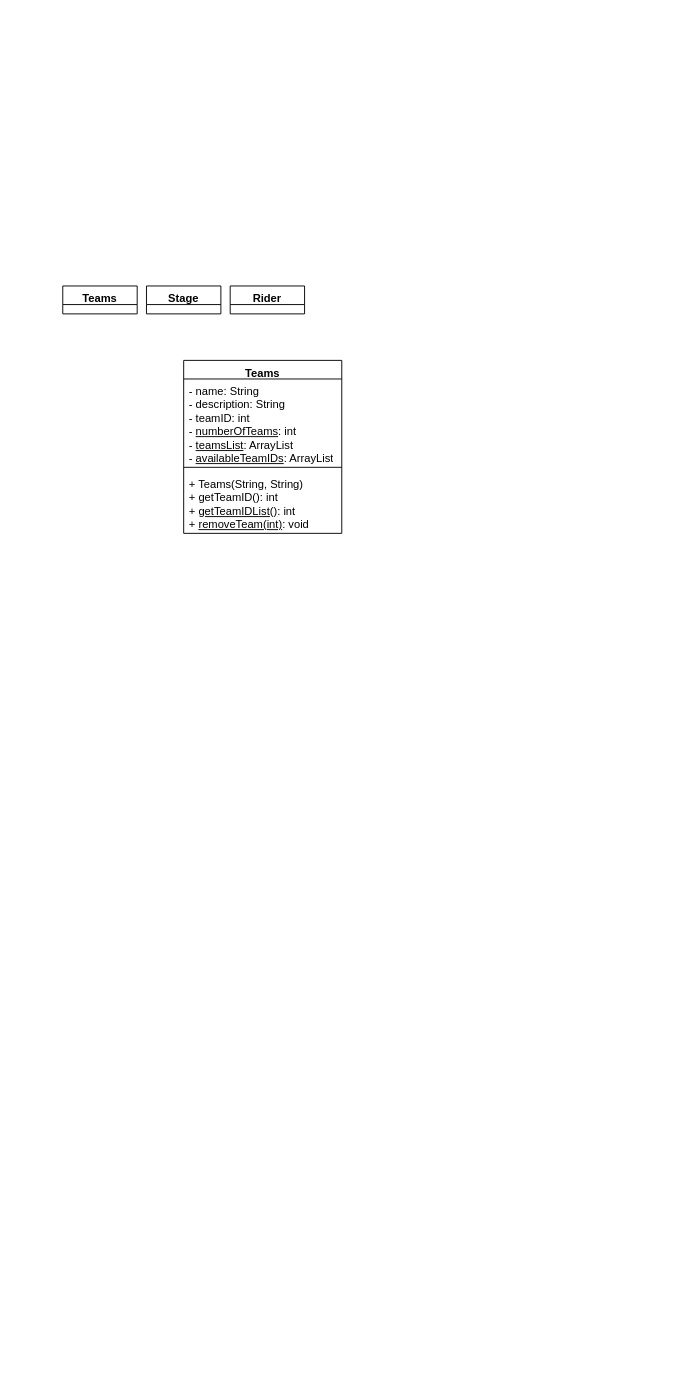
Above: Class Diagram.drawio in Nelbut/ECM1400-Continuous-Assessment (draw.io), before the change. Source tidied: cells renumbered, new cells numbered last; positions are measured from the earlier drawing's top-left corner, leaving out a move shared by most shapes. Both pictures are drawn from the tidied source at 93%, with x=0, y=0 at pixel (62, 286).
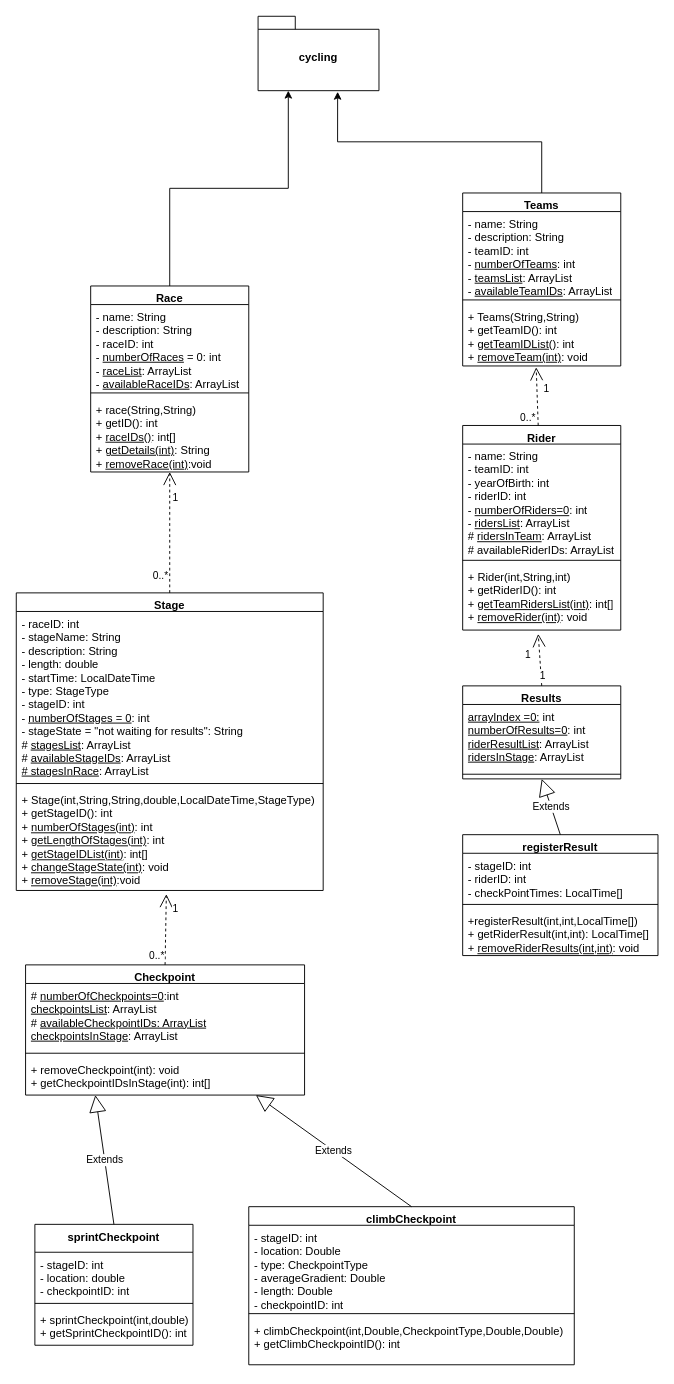
The same page after the edit.

Change to the diagram source:
```diff
@@
-    <mxCell id="2" value="Teams" style="swimlane;fontStyle=1;align=center;verticalAlign=top;horizontal=1;startSize=20;whiteSpace=wrap;html=1;" parent="1" vertex="1" collapsed="1">
-      <mxGeometry width="80" height="30" as="geometry" />
+    <mxCell id="2" value="Teams" style="swimlane;fontStyle=1;align=center;verticalAlign=top;horizontal=1;startSize=20;whiteSpace=wrap;html=1;" parent="1" vertex="1">
+      <mxGeometry x="430" y="-100" width="170" height="186" as="geometry" />
     </mxCell>
+    <mxCell id="9" value="- name: String&lt;div&gt;- description: String&lt;/div&gt;&lt;div&gt;- teamID: int&lt;/div&gt;&lt;div&gt;- &lt;u&gt;numberOfTeams&lt;/u&gt;: int&lt;/div&gt;&lt;div&gt;- &lt;u&gt;teamsList&lt;/u&gt;: ArrayList&lt;/div&gt;&lt;div&gt;- &lt;u&gt;availableTeamIDs&lt;/u&gt;: ArrayList&lt;/div&gt;" style="text;strokeColor=none;fillColor=none;align=left;verticalAlign=top;spacingLeft=4;spacingRight=4;overflow=hidden;whiteSpace=wrap;html=1;" parent="2" vertex="1">
+      <mxGeometry y="20" width="170" height="90" as="geometry" />
+    </mxCell>
+    <mxCell id="10" style="line;strokeWidth=1;fillColor=none;align=left;verticalAlign=middle;spacingTop=-1;spacingLeft=3;spacingRight=3;labelPosition=right;strokeColor=inherit;" parent="2" vertex="1">
+      <mxGeometry y="110" width="170" height="10" as="geometry" />
+    </mxCell>
+    <mxCell id="11" value="+ Teams(String,String)&lt;div&gt;+ getTeamID(): int&lt;/div&gt;&lt;div&gt;+ &lt;u&gt;getTeamIDList()&lt;/u&gt;: int&lt;/div&gt;&lt;div&gt;+ &lt;u&gt;removeTeam(int)&lt;/u&gt;: void&lt;/div&gt;" style="text;strokeColor=none;fillColor=none;align=left;verticalAlign=top;spacingLeft=4;spacingRight=4;overflow=hidden;points=[[0,0.5],[1,0.5]];portConstraint=eastwest;whiteSpace=wrap;html=1;" parent="2" vertex="1">
+      <mxGeometry y="120" width="170" height="66" as="geometry" />
+    </mxCell>
-    <mxCell id="3" value="Stage" style="swimlane;fontStyle=1;align=center;verticalAlign=top;horizontal=1;startSize=20;whiteSpace=wrap;html=1;" parent="1" vertex="1" collapsed="1">
-      <mxGeometry x="90" width="80" height="30" as="geometry" />
+    <mxCell id="3" value="Stage" style="swimlane;fontStyle=1;align=center;verticalAlign=top;horizontal=1;startSize=20;whiteSpace=wrap;html=1;" parent="1" vertex="1">
+      <mxGeometry x="-50" y="330" width="330" height="320" as="geometry" />
     </mxCell>
+    <mxCell id="12" value="- raceID: int&lt;div&gt;- stageName: String&lt;/div&gt;&lt;div&gt;- description: String&lt;/div&gt;&lt;div&gt;- length: double&lt;/div&gt;&lt;div&gt;- startTime: LocalDateTime&lt;/div&gt;&lt;div&gt;- type: StageType&lt;/div&gt;&lt;div&gt;- stageID: int&lt;/div&gt;&lt;div&gt;-&amp;nbsp;&lt;u&gt;numberOfStages = 0&lt;/u&gt;: int&lt;/div&gt;&lt;div&gt;- stageState = &quot;not waiting for results&quot;: String&lt;/div&gt;&lt;div&gt;# &lt;u&gt;stagesList&lt;/u&gt;: ArrayList&lt;/div&gt;&lt;div&gt;# &lt;u&gt;availableStageIDs&lt;/u&gt;: ArrayList&lt;/div&gt;&lt;div&gt;&lt;u&gt;# stagesInRace&lt;/u&gt;: ArrayList&lt;/div&gt;" style="text;strokeColor=none;fillColor=none;align=left;verticalAlign=top;spacingLeft=4;spacingRight=4;overflow=hidden;whiteSpace=wrap;html=1;" parent="3" vertex="1">
+      <mxGeometry y="20" width="330" height="180" as="geometry" />
+    </mxCell>
+    <mxCell id="13" style="line;strokeWidth=1;fillColor=none;align=left;verticalAlign=middle;spacingTop=-1;spacingLeft=3;spacingRight=3;labelPosition=right;strokeColor=inherit;" parent="3" vertex="1">
+      <mxGeometry y="200" width="330" height="10" as="geometry" />
+    </mxCell>
+    <mxCell id="14" value="+ Stage(int,String,String,double,LocalDateTime,StageType)&lt;div&gt;+ getStageID(): int&lt;/div&gt;&lt;div&gt;+ &lt;u&gt;numberOfStages(int)&lt;/u&gt;: int&lt;/div&gt;&lt;div&gt;+ &lt;u&gt;getLengthOfStages(int)&lt;/u&gt;: int&lt;/div&gt;&lt;div&gt;+ &lt;u&gt;getStageIDList(int)&lt;/u&gt;: int[]&lt;/div&gt;&lt;div&gt;+ &lt;u&gt;changeStageState(int)&lt;/u&gt;: void&lt;/div&gt;&lt;div&gt;+ &lt;u&gt;removeStage(int)&lt;/u&gt;:void&lt;/div&gt;" style="text;strokeColor=none;fillColor=none;align=left;verticalAlign=top;spacingLeft=4;spacingRight=4;overflow=hidden;points=[[0,0.5],[1,0.5]];portConstraint=eastwest;whiteSpace=wrap;html=1;" parent="3" vertex="1">
+      <mxGeometry y="210" width="330" height="110" as="geometry" />
+    </mxCell>
-    <mxCell id="4" value="Rider" style="swimlane;fontStyle=1;align=center;verticalAlign=top;horizontal=1;startSize=20;whiteSpace=wrap;html=1;" parent="1" vertex="1" collapsed="1">
-      <mxGeometry x="180" width="80" height="30" as="geometry" />
+    <mxCell id="4" value="Rider" style="swimlane;fontStyle=1;align=center;verticalAlign=top;horizontal=1;startSize=20;whiteSpace=wrap;html=1;" parent="1" vertex="1">
+      <mxGeometry x="430" y="150" width="170" height="220" as="geometry" />
     </mxCell>
+    <mxCell id="15" value="- name: String&lt;div&gt;- teamID: int&lt;/div&gt;&lt;div&gt;- yearOfBirth: int&lt;/div&gt;&lt;div&gt;- riderID: int&lt;/div&gt;&lt;div&gt;- &lt;u&gt;numberOfRiders=0&lt;/u&gt;: int&lt;/div&gt;&lt;div&gt;- &lt;u&gt;ridersList&lt;/u&gt;: ArrayList&lt;/div&gt;&lt;div&gt;# &lt;u&gt;ridersInTeam&lt;/u&gt;: ArrayList&lt;/div&gt;&lt;div&gt;# availableRiderIDs: ArrayList&lt;/div&gt;" style="text;strokeColor=none;fillColor=none;align=left;verticalAlign=top;spacingLeft=4;spacingRight=4;overflow=hidden;whiteSpace=wrap;html=1;" parent="4" vertex="1">
+      <mxGeometry y="20" width="170" height="120" as="geometry" />
+    </mxCell>
+    <mxCell id="16" style="line;strokeWidth=1;fillColor=none;align=left;verticalAlign=middle;spacingTop=-1;spacingLeft=3;spacingRight=3;labelPosition=right;strokeColor=inherit;" parent="4" vertex="1">
+      <mxGeometry y="140" width="170" height="10" as="geometry" />
+    </mxCell>
+    <mxCell id="17" value="+ Rider(int,String,int)&lt;div&gt;+ getRiderID(): int&lt;/div&gt;&lt;div&gt;+ &lt;u&gt;getTeamRidersList(int)&lt;/u&gt;: int[]&lt;/div&gt;&lt;div&gt;+ &lt;u&gt;removeRider(int)&lt;/u&gt;: void&lt;/div&gt;" style="text;strokeColor=none;fillColor=none;align=left;verticalAlign=top;spacingLeft=4;spacingRight=4;overflow=hidden;points=[[0,0.5],[1,0.5]];portConstraint=eastwest;whiteSpace=wrap;html=1;" parent="4" vertex="1">
+      <mxGeometry y="150" width="170" height="70" as="geometry" />
+    </mxCell>
-    <mxCell id="5" value="Teams" style="swimlane;fontStyle=1;align=center;verticalAlign=top;horizontal=1;startSize=20;whiteSpace=wrap;html=1;" parent="1" vertex="1">
-      <mxGeometry x="130" y="80" width="170" height="186" as="geometry" />
+    <mxCell id="5" value="Results" style="swimlane;fontStyle=1;align=center;verticalAlign=top;horizontal=1;startSize=20;whiteSpace=wrap;html=1;" parent="1" vertex="1">
+      <mxGeometry x="430" y="430" width="170" height="100" as="geometry" />
     </mxCell>
-    <mxCell id="6" value="- name: String&lt;div&gt;- description: String&lt;/div&gt;&lt;div&gt;- teamID: int&lt;/div&gt;&lt;div&gt;- &lt;u&gt;numberOfTeams&lt;/u&gt;: int&lt;/div&gt;&lt;div&gt;- &lt;u&gt;teamsList&lt;/u&gt;: ArrayList&lt;/div&gt;&lt;div&gt;- &lt;u&gt;availableTeamIDs&lt;/u&gt;: ArrayList&lt;/div&gt;" style="text;strokeColor=none;fillColor=none;align=left;verticalAlign=top;spacingLeft=4;spacingRight=4;overflow=hidden;whiteSpace=wrap;html=1;" parent="5" vertex="1">
-      <mxGeometry y="20" width="170" height="90" as="geometry" />
+    <mxCell id="6" value="&lt;u&gt;arrayIndex =0:&lt;/u&gt;&amp;nbsp;int&lt;div&gt;&lt;u&gt;numberOfResults=0&lt;/u&gt;: int&lt;/div&gt;&lt;div&gt;&lt;u&gt;riderResultList&lt;/u&gt;: ArrayList&lt;/div&gt;&lt;div&gt;&lt;u&gt;ridersInStage&lt;/u&gt;: ArrayList&lt;/div&gt;" style="text;strokeColor=none;fillColor=none;align=left;verticalAlign=top;spacingLeft=4;spacingRight=4;overflow=hidden;whiteSpace=wrap;html=1;" parent="5" vertex="1">
+      <mxGeometry y="20" width="170" height="70" as="geometry" />
     </mxCell>
     <mxCell id="7" style="line;strokeWidth=1;fillColor=none;align=left;verticalAlign=middle;spacingTop=-1;spacingLeft=3;spacingRight=3;labelPosition=right;strokeColor=inherit;" parent="5" vertex="1">
-      <mxGeometry y="110" width="170" height="10" as="geometry" />
+      <mxGeometry y="90" width="170" height="10" as="geometry" />
     </mxCell>
-    <mxCell id="8" value="+ Teams(String, String)&lt;div&gt;+ getTeamID(): int&lt;/div&gt;&lt;div&gt;+ &lt;u&gt;getTeamIDList()&lt;/u&gt;: int&lt;/div&gt;&lt;div&gt;+ &lt;u&gt;removeTeam(int)&lt;/u&gt;: void&lt;/div&gt;" style="text;strokeColor=none;fillColor=none;align=left;verticalAlign=top;spacingLeft=4;spacingRight=4;overflow=hidden;whiteSpace=wrap;html=1;" parent="5" vertex="1">
-      <mxGeometry y="120" width="170" height="66" as="geometry" />
-    </mxCell>
+    <mxCell id="18" value="registerResult" style="swimlane;fontStyle=1;align=center;verticalAlign=top;horizontal=1;startSize=20;whiteSpace=wrap;html=1;" parent="1" vertex="1">
+      <mxGeometry x="430" y="590" width="210" height="130" as="geometry" />
+    </mxCell>
+    <mxCell id="19" value="- stageID: int&lt;div&gt;- riderID: int&lt;/div&gt;&lt;div&gt;- checkPointTimes: LocalTime[]&lt;/div&gt;" style="text;strokeColor=none;fillColor=none;align=left;verticalAlign=top;spacingLeft=4;spacingRight=4;overflow=hidden;whiteSpace=wrap;html=1;" parent="18" vertex="1">
+      <mxGeometry y="20" width="210" height="50" as="geometry" />
+    </mxCell>
+    <mxCell id="20" style="line;strokeWidth=1;fillColor=none;align=left;verticalAlign=middle;spacingTop=-1;spacingLeft=3;spacingRight=3;labelPosition=right;strokeColor=inherit;" parent="18" vertex="1">
+      <mxGeometry y="70" width="210" height="10" as="geometry" />
+    </mxCell>
+    <mxCell id="21" value="+registerResult(int,int,LocalTime[])&lt;div&gt;+ getRiderResult(int,int): LocalTime[]&lt;/div&gt;&lt;div&gt;+ &lt;u&gt;removeRiderResults(int,int)&lt;/u&gt;: void&lt;/div&gt;" style="text;strokeColor=none;fillColor=none;align=left;verticalAlign=top;spacingLeft=4;spacingRight=4;overflow=hidden;whiteSpace=wrap;html=1;" parent="18" vertex="1">
+      <mxGeometry y="80" width="210" height="50" as="geometry" />
+    </mxCell>
+    <mxCell id="22" value="Race" style="swimlane;fontStyle=1;align=center;verticalAlign=top;horizontal=1;startSize=20;whiteSpace=wrap;html=1;" parent="1" vertex="1">
+      <mxGeometry x="30" width="170" height="200" as="geometry" />
+    </mxCell>
+    <mxCell id="23" value="- name: String&lt;div&gt;- description: String&lt;/div&gt;&lt;div&gt;- raceID: int&lt;/div&gt;&lt;div&gt;- &lt;u&gt;numberOfRaces&lt;/u&gt; = 0: int&lt;/div&gt;&lt;div&gt;- &lt;u&gt;raceList&lt;/u&gt;: ArrayList&lt;/div&gt;&lt;div&gt;- &lt;u&gt;availableRaceIDs&lt;/u&gt;: ArrayList&lt;/div&gt;&lt;div&gt;&lt;br&gt;&lt;/div&gt;" style="text;strokeColor=none;fillColor=none;align=left;verticalAlign=top;spacingLeft=4;spacingRight=4;overflow=hidden;whiteSpace=wrap;html=1;" parent="22" vertex="1">
+      <mxGeometry y="20" width="170" height="90" as="geometry" />
+    </mxCell>
+    <mxCell id="24" style="line;strokeWidth=1;fillColor=none;align=left;verticalAlign=middle;spacingTop=-1;spacingLeft=3;spacingRight=3;labelPosition=right;strokeColor=inherit;" parent="22" vertex="1">
+      <mxGeometry y="110" width="170" height="10" as="geometry" />
+    </mxCell>
+    <mxCell id="25" value="+ race(String,String)&lt;div&gt;+ getID(): int&lt;/div&gt;&lt;div&gt;+ &lt;u&gt;raceIDs()&lt;/u&gt;: int[]&lt;/div&gt;&lt;div&gt;+ &lt;u&gt;getDetails(int)&lt;/u&gt;: String&lt;/div&gt;&lt;div&gt;+ &lt;u&gt;removeRace(int)&lt;/u&gt;:void&lt;/div&gt;" style="text;strokeColor=none;fillColor=none;align=left;verticalAlign=top;spacingLeft=4;spacingRight=4;overflow=hidden;points=[[0,0.5],[1,0.5]];portConstraint=eastwest;whiteSpace=wrap;html=1;" parent="22" vertex="1">
+      <mxGeometry y="120" width="170" height="80" as="geometry" />
+    </mxCell>
+    <mxCell id="26" value="Checkpoint" style="swimlane;fontStyle=1;align=center;verticalAlign=top;horizontal=1;startSize=20;whiteSpace=wrap;html=1;" parent="1" vertex="1">
+      <mxGeometry x="-40" y="730" width="300" height="140" as="geometry" />
+    </mxCell>
+    <mxCell id="27" value="# &lt;u&gt;numberOfCheckpoints=0&lt;/u&gt;:int&lt;div&gt;&lt;u&gt;checkpointsList&lt;/u&gt;: ArrayList&lt;/div&gt;&lt;div&gt;# &lt;u&gt;availableCheckpointIDs: ArrayList&lt;/u&gt;&lt;/div&gt;&lt;div&gt;&lt;u&gt;checkpointsInStage&lt;/u&gt;: ArrayList&lt;/div&gt;" style="text;strokeColor=none;fillColor=none;align=left;verticalAlign=top;spacingLeft=4;spacingRight=4;overflow=hidden;whiteSpace=wrap;html=1;" parent="26" vertex="1">
+      <mxGeometry y="20" width="300" height="70" as="geometry" />
+    </mxCell>
+    <mxCell id="28" style="line;strokeWidth=1;fillColor=none;align=left;verticalAlign=middle;spacingTop=-1;spacingLeft=3;spacingRight=3;labelPosition=right;strokeColor=inherit;" parent="26" vertex="1">
+      <mxGeometry y="90" width="300" height="10" as="geometry" />
+    </mxCell>
+    <mxCell id="29" value="+ removeCheckpoint(int): void&lt;div&gt;&lt;div&gt;+ getCheckpointIDsInStage(int): int[]&lt;/div&gt;&lt;/div&gt;" style="text;strokeColor=none;fillColor=none;align=left;verticalAlign=top;spacingLeft=4;spacingRight=4;overflow=hidden;whiteSpace=wrap;html=1;" parent="26" vertex="1">
+      <mxGeometry y="100" width="300" height="40" as="geometry" />
+    </mxCell>
+    <mxCell id="30" value="climbCheckpoint" style="swimlane;fontStyle=1;align=center;verticalAlign=top;horizontal=1;startSize=20;whiteSpace=wrap;html=1;" parent="1" vertex="1">
+      <mxGeometry x="200" y="990" width="350" height="170" as="geometry" />
+    </mxCell>
+    <mxCell id="31" value="- stageID: int&lt;div&gt;- location: Double&lt;/div&gt;&lt;div&gt;- type: CheckpointType&lt;/div&gt;&lt;div&gt;- averageGradient: Double&lt;/div&gt;&lt;div&gt;- length: Double&lt;/div&gt;&lt;div&gt;- checkpointID: int&lt;/div&gt;&lt;div&gt;&lt;br&gt;&lt;/div&gt;" style="text;strokeColor=none;fillColor=none;align=left;verticalAlign=top;spacingLeft=4;spacingRight=4;overflow=hidden;whiteSpace=wrap;html=1;" parent="30" vertex="1">
+      <mxGeometry y="20" width="350" height="90" as="geometry" />
+    </mxCell>
+    <mxCell id="32" style="line;strokeWidth=1;fillColor=none;align=left;verticalAlign=middle;spacingTop=-1;spacingLeft=3;spacingRight=3;labelPosition=right;strokeColor=inherit;" parent="30" vertex="1">
+      <mxGeometry y="110" width="350" height="10" as="geometry" />
+    </mxCell>
+    <mxCell id="33" value="+ climbCheckpoint(int,Double,CheckpointType,Double,Double)&lt;div&gt;+ getClimbCheckpointID(): int&lt;/div&gt;" style="text;strokeColor=none;fillColor=none;align=left;verticalAlign=top;spacingLeft=4;spacingRight=4;overflow=hidden;whiteSpace=wrap;html=1;" parent="30" vertex="1">
+      <mxGeometry y="120" width="350" height="50" as="geometry" />
+    </mxCell>
+    <mxCell id="34" value="sprintCheckpoint" style="swimlane;fontStyle=1;align=center;verticalAlign=top;horizontal=1;startSize=30;whiteSpace=wrap;html=1;" parent="1" vertex="1">
+      <mxGeometry x="-30" y="1009" width="170" height="130" as="geometry" />
+    </mxCell>
+    <mxCell id="35" value="- stageID: int&lt;div&gt;- location: double&lt;/div&gt;&lt;div&gt;- checkpointID: int&lt;/div&gt;&lt;div&gt;&lt;br&gt;&lt;/div&gt;" style="text;strokeColor=none;fillColor=none;align=left;verticalAlign=top;spacingLeft=4;spacingRight=4;overflow=hidden;whiteSpace=wrap;html=1;" parent="34" vertex="1">
+      <mxGeometry y="30" width="170" height="50" as="geometry" />
+    </mxCell>
+    <mxCell id="36" style="line;strokeWidth=1;fillColor=none;align=left;verticalAlign=middle;spacingTop=-1;spacingLeft=3;spacingRight=3;labelPosition=right;strokeColor=inherit;" parent="34" vertex="1">
+      <mxGeometry y="80" width="170" height="10" as="geometry" />
+    </mxCell>
+    <mxCell id="37" value="+ sprintCheckpoint(int,double)&lt;div&gt;+ getSprintCheckpointID(): int&lt;/div&gt;" style="text;strokeColor=none;fillColor=none;align=left;verticalAlign=top;spacingLeft=4;spacingRight=4;overflow=hidden;whiteSpace=wrap;html=1;" parent="34" vertex="1">
+      <mxGeometry y="90" width="170" height="40" as="geometry" />
+    </mxCell>
+    <mxCell id="38" value="Extends" style="endArrow=block;endSize=16;endFill=0;html=1;rounded=0;exitX=0.5;exitY=0;exitDx=0;exitDy=0;" parent="1" edge="1" source="30" target="26">
+      <mxGeometry relative="1" as="geometry" />
+    </mxCell>
+    <mxCell id="39" value="Extends" style="endArrow=block;endSize=16;endFill=0;html=1;rounded=0;exitX=0.5;exitY=0;exitDx=0;exitDy=0;entryX=0.25;entryY=1;entryDx=0;entryDy=0;" parent="1" edge="1" source="34" target="26">
+      <mxGeometry relative="1" as="geometry" />
+    </mxCell>
+    <mxCell id="40" value="Extends" style="endArrow=block;endSize=16;endFill=0;html=1;rounded=0;exitX=0.5;exitY=0;exitDx=0;exitDy=0;entryX=0.5;entryY=1;entryDx=0;entryDy=0;" parent="1" edge="1" source="18" target="5">
+      <mxGeometry relative="1" as="geometry" />
+    </mxCell>
+    <mxCell id="41" style="endArrow=open;endSize=12;dashed=1;html=1;rounded=0;exitX=0.5;exitY=0;exitDx=0;exitDy=0;" parent="1" edge="1" source="3" target="25">
+      <mxGeometry relative="1" as="geometry" />
+    </mxCell>
+    <mxCell id="42" value="1" style="edgeLabel;html=1;align=center;verticalAlign=middle;" parent="41" vertex="1">
+      <mxGeometry x="0.57" y="-5" relative="1" as="geometry">
+        <mxPoint y="-1" as="offset" />
+      </mxGeometry>
+    </mxCell>
+    <mxCell id="43" value="0..*" style="edgeLabel;html=1;align=center;verticalAlign=middle;" parent="41" vertex="1">
+      <mxGeometry x="-0.72" y="11" relative="1" as="geometry">
+        <mxPoint y="-1" as="offset" />
+      </mxGeometry>
+    </mxCell>
+    <mxCell id="44" style="endArrow=open;endSize=12;dashed=1;html=1;rounded=0;exitX=0.5;exitY=0;exitDx=0;exitDy=0;entryX=0.489;entryY=1.036;entryDx=0;entryDy=0;entryPerimeter=0;" parent="1" edge="1" source="26" target="14">
+      <mxGeometry relative="1" as="geometry" />
+    </mxCell>
+    <mxCell id="45" value="1" style="edgeLabel;html=1;align=center;verticalAlign=middle;" parent="44" vertex="1">
+      <mxGeometry x="0.6" y="-2" relative="1" as="geometry">
+        <mxPoint x="7" as="offset" />
+      </mxGeometry>
+    </mxCell>
+    <mxCell id="46" value="0..*" style="edgeLabel;html=1;align=center;verticalAlign=middle;" parent="44" vertex="1">
+      <mxGeometry x="-0.73" y="3" relative="1" as="geometry">
+        <mxPoint x="-7" as="offset" />
+      </mxGeometry>
+    </mxCell>
+    <mxCell id="47" style="endArrow=open;endSize=12;dashed=1;html=1;rounded=0;entryX=0.465;entryY=1.022;entryDx=0;entryDy=0;entryPerimeter=0;" parent="1" edge="1" source="4" target="11">
+      <mxGeometry relative="1" as="geometry" />
+    </mxCell>
+    <mxCell id="48" value="1" style="edgeLabel;html=1;align=center;verticalAlign=middle;" parent="47" vertex="1">
+      <mxGeometry x="0.39" y="-2" relative="1" as="geometry">
+        <mxPoint x="8" y="3" as="offset" />
+      </mxGeometry>
+    </mxCell>
+    <mxCell id="49" value="0..*" style="edgeLabel;html=1;align=center;verticalAlign=middle;" parent="47" vertex="1">
+      <mxGeometry x="-0.7" y="3" relative="1" as="geometry">
+        <mxPoint x="-8" as="offset" />
+      </mxGeometry>
+    </mxCell>
+    <mxCell id="50" style="endArrow=open;endSize=12;dashed=1;html=1;rounded=0;entryX=0.478;entryY=1.059;entryDx=0;entryDy=0;entryPerimeter=0;exitX=0.5;exitY=0;exitDx=0;exitDy=0;" parent="1" edge="1" source="5" target="17">
+      <mxGeometry relative="1" as="geometry" />
+    </mxCell>
+    <mxCell id="51" value="1" style="edgeLabel;html=1;align=center;verticalAlign=middle;" parent="50" vertex="1">
+      <mxGeometry x="0.26" y="6" relative="1" as="geometry">
+        <mxPoint x="-7" as="offset" />
+      </mxGeometry>
+    </mxCell>
+    <mxCell id="52" value="1" style="edgeLabel;html=1;align=center;verticalAlign=middle;" parent="50" vertex="1">
+      <mxGeometry x="-0.56" relative="1" as="geometry">
+        <mxPoint x="1" as="offset" />
+      </mxGeometry>
+    </mxCell>
+    <mxCell id="53" value="cycling" style="shape=folder;fontStyle=1;spacingTop=10;tabWidth=40;tabHeight=14;tabPosition=left;html=1;whiteSpace=wrap;" parent="1" vertex="1">
+      <mxGeometry x="210" y="-290" width="130" height="80" as="geometry" />
+    </mxCell>
+    <mxCell id="54" style="edgeStyle=orthogonalEdgeStyle;rounded=0;jettySize=auto;html=1;exitX=0.5;exitY=0;exitDx=0;exitDy=0;entryX=0.25;entryY=1;entryDx=0;entryDy=0;entryPerimeter=0;" parent="1" edge="1" source="22" target="53">
+      <mxGeometry relative="1" as="geometry" />
+    </mxCell>
+    <mxCell id="55" style="edgeStyle=orthogonalEdgeStyle;rounded=0;jettySize=auto;html=1;exitX=0.5;exitY=0;exitDx=0;exitDy=0;entryX=0.658;entryY=1.015;entryDx=0;entryDy=0;entryPerimeter=0;" parent="1" edge="1" source="2" target="53">
+      <mxGeometry relative="1" as="geometry" />
+    </mxCell>
```
